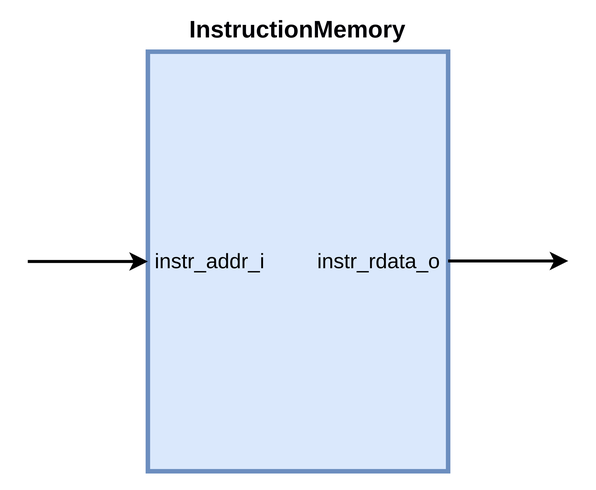
Before: xmint/design/InstructionMemory.png, a diagram exported from draw.io (Dark-GreenCat/xmint). Source tidied: cells renumbered, new cells last; positions are measured from the earlier drawing's top-left corner, leaving out a move shared by most shapes.
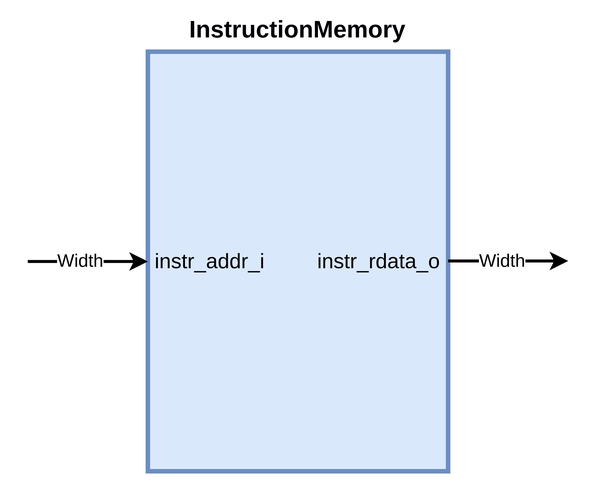
After the commit.

What changed in the source:
```diff
@@ -19,12 +19,22 @@
         <mxPoint y="160" as="sourcePoint" />
       </mxGeometry>
     </mxCell>
+    <mxCell id="9" value="Width" style="edgeLabel;html=1;align=center;verticalAlign=middle;fontSize=12;" parent="6" vertex="1">
+      <mxGeometry x="-0.02" y="-1" relative="1" as="geometry">
+        <mxPoint x="-5" y="-1" as="offset" />
+      </mxGeometry>
+    </mxCell>
     <mxCell id="7" style="endArrow=classic;html=1;entryX=0;entryY=0;entryDx=0;entryDy=140;entryPerimeter=0;strokeWidth=2;" parent="2" edge="1">
       <mxGeometry relative="1" as="geometry">
         <mxPoint x="280" y="159.7" as="sourcePoint" />
         <mxPoint x="360" y="159.7" as="targetPoint" />
       </mxGeometry>
     </mxCell>
+    <mxCell id="10" value="Width" style="edgeLabel;html=1;align=center;verticalAlign=middle;fontSize=12;" parent="7" vertex="1">
+      <mxGeometry x="0.21" y="1" relative="1" as="geometry">
+        <mxPoint x="-13" y="1" as="offset" />
+      </mxGeometry>
+    </mxCell>
     <mxCell id="8" value="InstructionMemory" style="text;html=1;strokeColor=none;fillColor=none;align=center;verticalAlign=middle;whiteSpace=wrap;rounded=0;fontStyle=1;fontSize=16;fontColor=#000006;" parent="2" vertex="1">
       <mxGeometry x="150" width="60" height="10" as="geometry" />
     </mxCell>
```
